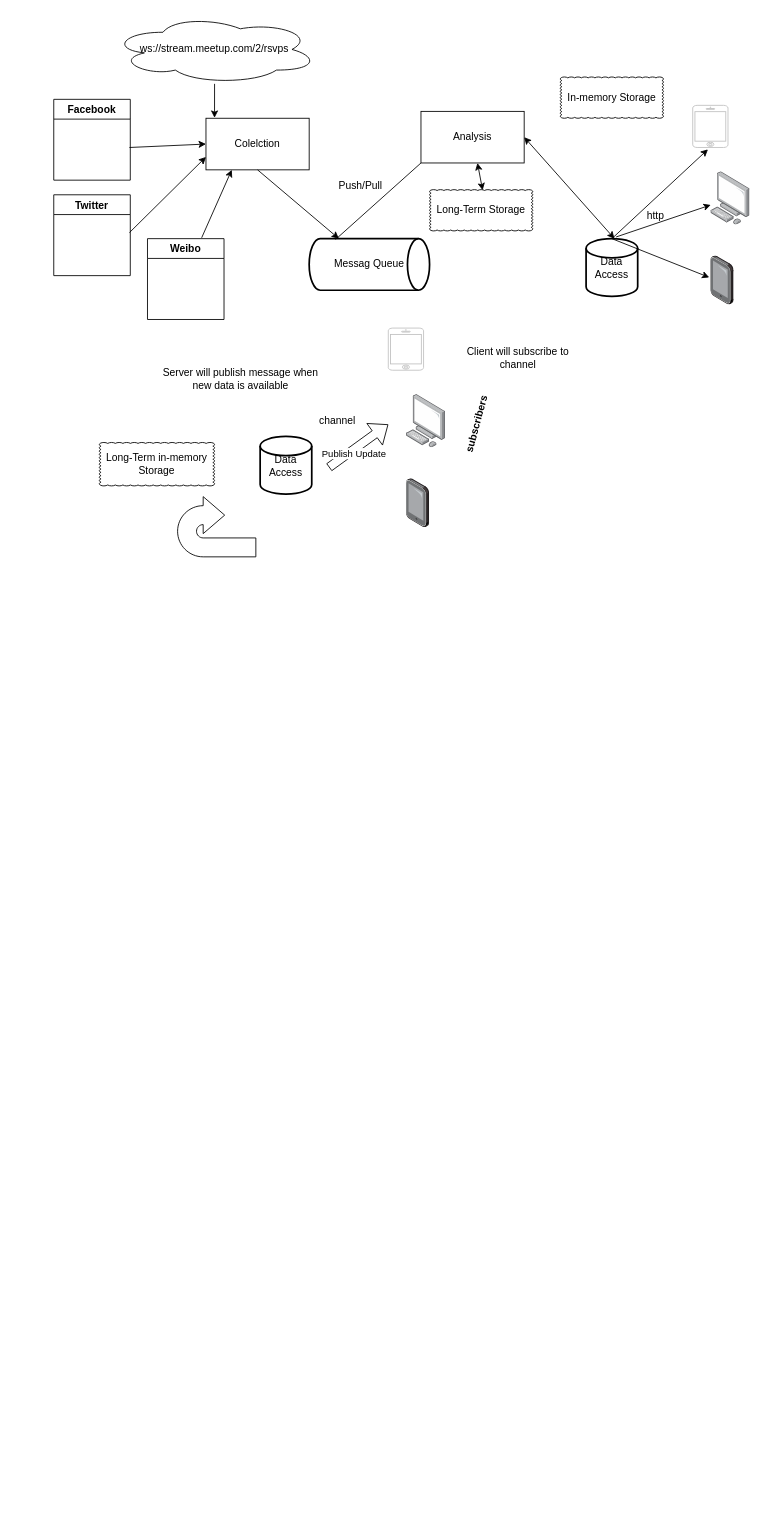
Before: Realtime-overview.drawio in tuankhoi2206/Draft-system-overview, a draw.io diagram. Source tidied: cells renumbered, new cells numbered last; positions are measured from the earlier drawing's top-left corner, leaving out a move shared by most shapes. Both pictures are drawn from the tidied source at 86%, with x=0, y=0 at pixel (53, 15).
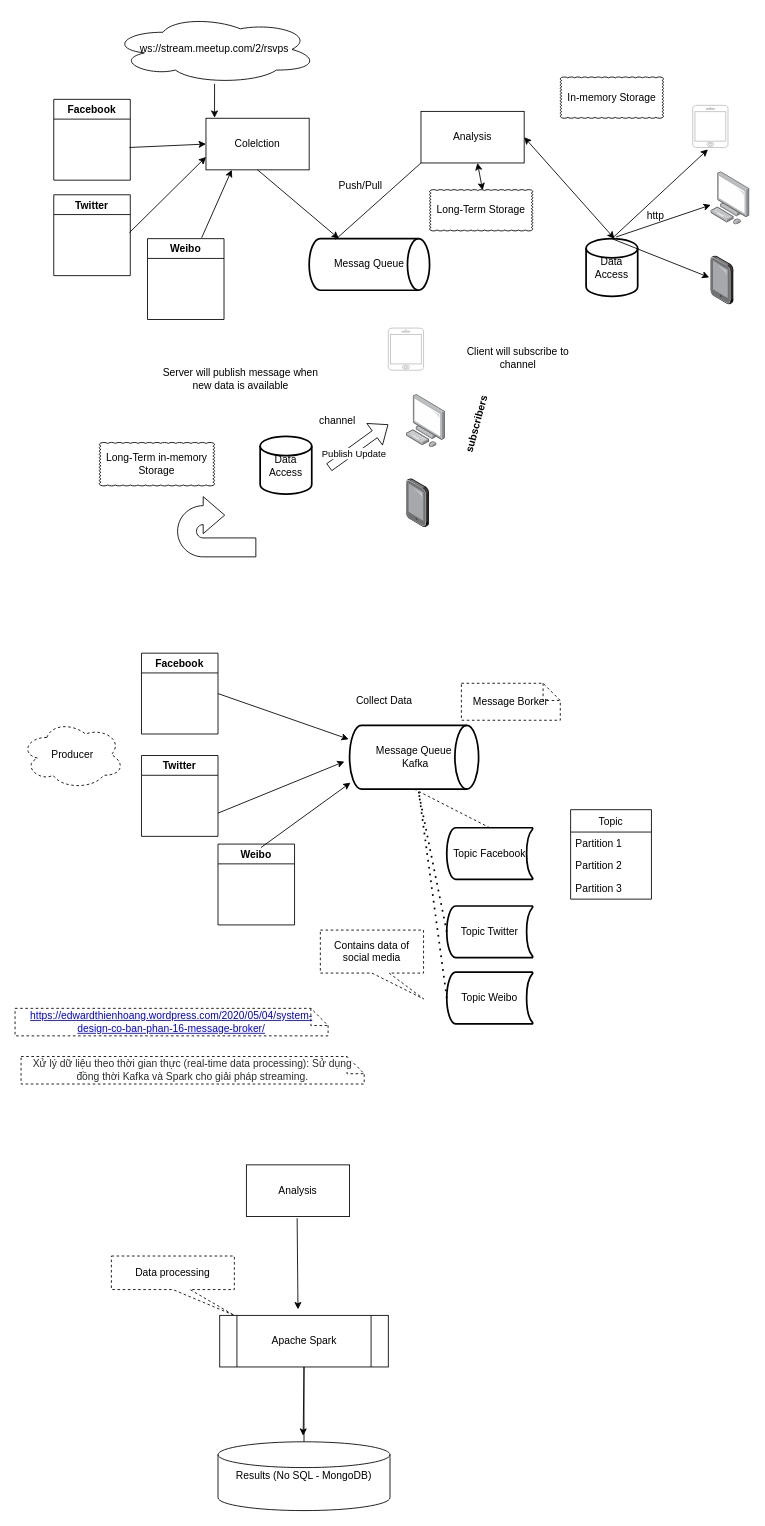
The same diagram, later.

Diff of the diagram source:
```diff
@@
+    <mxCell id="40" value="Message Queue&lt;br&gt;&amp;nbsp;Kafka" style="strokeWidth=2;html=1;shape=mxgraph.flowchart.direct_data;whiteSpace=wrap;" parent="1" vertex="1">
+      <mxGeometry x="344" y="826" width="150" height="74" as="geometry" />
+    </mxCell>
+    <mxCell id="41" style="endArrow=classic;html=1;entryX=-0.007;entryY=0.217;entryDx=0;entryDy=0;exitX=1;exitY=0.5;exitDx=0;exitDy=0;entryPerimeter=0;" parent="1" edge="1" source="45" target="40">
+      <mxGeometry relative="1" as="geometry" />
+    </mxCell>
+    <mxCell id="42" value="Weibo" style="swimlane;" parent="1" vertex="1">
+      <mxGeometry x="191" y="964" width="89" height="94" as="geometry" />
+    </mxCell>
+    <mxCell id="43" style="endArrow=classic;html=1;" parent="1" edge="1">
+      <mxGeometry relative="1" as="geometry">
+        <mxPoint x="191" y="928" as="sourcePoint" />
+        <mxPoint x="338" y="868" as="targetPoint" />
+      </mxGeometry>
+    </mxCell>
+    <mxCell id="44" style="endArrow=classic;html=1;entryX=0.007;entryY=0.9;entryDx=0;entryDy=0;entryPerimeter=0;" parent="1" edge="1" target="40">
+      <mxGeometry relative="1" as="geometry">
+        <mxPoint x="241" y="968" as="sourcePoint" />
+      </mxGeometry>
+    </mxCell>
+    <mxCell id="45" value="Facebook" style="swimlane;" parent="1" vertex="1">
+      <mxGeometry x="102" y="742" width="89" height="94" as="geometry" />
+    </mxCell>
+    <mxCell id="46" value="Twitter" style="swimlane;" parent="1" vertex="1">
+      <mxGeometry x="102" y="861" width="89" height="94" as="geometry" />
+    </mxCell>
+    <mxCell id="47" value="Collect Data&lt;br&gt;" style="text;html=1;strokeColor=none;fillColor=none;align=center;verticalAlign=middle;whiteSpace=wrap;rounded=0;" parent="1" vertex="1">
+      <mxGeometry x="345.5" y="784" width="77" height="27" as="geometry" />
+    </mxCell>
+    <mxCell id="48" value="Topic Facebook" style="strokeWidth=2;html=1;shape=mxgraph.flowchart.stored_data;whiteSpace=wrap;" parent="1" vertex="1">
+      <mxGeometry x="457" y="945" width="100" height="60" as="geometry" />
+    </mxCell>
+    <mxCell id="49" style="endArrow=none;dashed=1;html=1;exitX=0.5;exitY=1;exitDx=0;exitDy=0;exitPerimeter=0;entryX=0.5;entryY=0;entryDx=0;entryDy=0;entryPerimeter=0;" parent="1" edge="1" source="40" target="48">
+      <mxGeometry relative="1" as="geometry" />
+    </mxCell>
+    <mxCell id="50" value="Topic Twitter" style="strokeWidth=2;html=1;shape=mxgraph.flowchart.stored_data;whiteSpace=wrap;" parent="1" vertex="1">
+      <mxGeometry x="457" y="1036" width="100" height="60" as="geometry" />
+    </mxCell>
+    <mxCell id="51" style="endArrow=none;dashed=1;html=1;dashPattern=1 3;strokeWidth=2;exitX=0;exitY=0.5;exitDx=0;exitDy=0;exitPerimeter=0;" parent="1" edge="1" source="50">
+      <mxGeometry relative="1" as="geometry">
+        <mxPoint x="424" y="903" as="targetPoint" />
+      </mxGeometry>
+    </mxCell>
+    <mxCell id="52" value="Topic Weibo&lt;br&gt;" style="strokeWidth=2;html=1;shape=mxgraph.flowchart.stored_data;whiteSpace=wrap;" parent="1" vertex="1">
+      <mxGeometry x="457" y="1113" width="100" height="60" as="geometry" />
+    </mxCell>
+    <mxCell id="53" style="endArrow=none;dashed=1;html=1;dashPattern=1 3;strokeWidth=2;exitX=0;exitY=0.5;exitDx=0;exitDy=0;exitPerimeter=0;" parent="1" edge="1" source="52">
+      <mxGeometry relative="1" as="geometry">
+        <mxPoint x="424" y="900" as="targetPoint" />
+      </mxGeometry>
+    </mxCell>
+    <mxCell id="54" value="Producer" style="ellipse;shape=cloud;whiteSpace=wrap;html=1;dashed=1;" parent="1" vertex="1">
+      <mxGeometry x="-38" y="820" width="120" height="80" as="geometry" />
+    </mxCell>
+    <mxCell id="55" value="Topic" style="swimlane;fontStyle=0;horizontal=1;startSize=26;fillColor=none;" parent="1" vertex="1">
+      <mxGeometry x="601" y="924" width="94" height="104" as="geometry" />
+    </mxCell>
+    <mxCell id="56" value="Partition 1" style="text;strokeColor=none;fillColor=none;align=left;verticalAlign=top;spacingLeft=4;spacingRight=4;overflow=hidden;" parent="55" vertex="1">
+      <mxGeometry y="26" width="94" height="26" as="geometry" />
+    </mxCell>
+    <mxCell id="57" value="Partition 2" style="text;strokeColor=none;fillColor=none;align=left;verticalAlign=top;spacingLeft=4;spacingRight=4;overflow=hidden;" parent="55" vertex="1">
+      <mxGeometry y="52" width="94" height="26" as="geometry" />
+    </mxCell>
+    <mxCell id="58" value="Partition 3" style="text;strokeColor=none;fillColor=none;align=left;verticalAlign=top;spacingLeft=4;spacingRight=4;overflow=hidden;" parent="55" vertex="1">
+      <mxGeometry y="78" width="94" height="26" as="geometry" />
+    </mxCell>
+    <mxCell id="59" value="Contains data of social media" style="shape=callout;whiteSpace=wrap;html=1;perimeter=calloutPerimeter;dashed=1;position2=1;" parent="1" vertex="1">
+      <mxGeometry x="310" y="1064" width="120" height="80" as="geometry" />
+    </mxCell>
+    <mxCell id="60" value="&lt;a href=&quot;https://edwardthienhoang.wordpress.com/2020/05/04/system-design-co-ban-phan-16-message-broker/&quot;&gt;https://edwardthienhoang.wordpress.com/2020/05/04/system-design-co-ban-phan-16-message-broker/&lt;/a&gt;" style="shape=note;size=20;whiteSpace=wrap;html=1;dashed=1;" parent="1" vertex="1">
+      <mxGeometry x="-45" y="1155" width="364" height="32" as="geometry" />
+    </mxCell>
+    <mxCell id="61" value="Message Borker" style="shape=note;size=20;whiteSpace=wrap;html=1;dashed=1;" parent="1" vertex="1">
+      <mxGeometry x="474" y="777" width="115" height="43" as="geometry" />
+    </mxCell>
+    <mxCell id="62" value="&lt;span style=&quot;color: rgb(41 , 43 , 44) ; font-family: &amp;#34;open sans&amp;#34; , , &amp;#34;blinkmacsystemfont&amp;#34; , &amp;#34;segoe ui&amp;#34; , &amp;#34;helvetica neue&amp;#34; , &amp;#34;arial&amp;#34; , sans-serif , &amp;#34;apple color emoji&amp;#34; , &amp;#34;segoe ui emoji&amp;#34; , &amp;#34;segoe ui symbol&amp;#34; ; text-align: left ; background-color: rgb(255 , 255 , 255)&quot;&gt;Xử lý dữ liệu theo thời gian thực (real-time data processing): Sử dụng đồng thời Kafka và Spark cho giải pháp streaming.&lt;/span&gt;" style="shape=note;size=20;whiteSpace=wrap;html=1;dashed=1;" parent="1" vertex="1">
+      <mxGeometry x="-38" y="1211" width="399" height="32" as="geometry" />
+    </mxCell>
+    <mxCell id="63" value="Apache Spark" style="shape=process;whiteSpace=wrap;html=1;backgroundOutline=1;" parent="1" vertex="1">
+      <mxGeometry x="193" y="1512" width="196" height="60" as="geometry" />
+    </mxCell>
+    <mxCell id="64" style="endArrow=classic;html=1;exitX=0.55;exitY=0.95;exitDx=0;exitDy=0;exitPerimeter=0;" parent="1" edge="1">
+      <mxGeometry relative="1" as="geometry">
+        <mxPoint x="283" y="1399" as="sourcePoint" />
+        <mxPoint x="284" y="1505" as="targetPoint" />
+      </mxGeometry>
+    </mxCell>
+    <mxCell id="65" value="Data processing" style="shape=callout;whiteSpace=wrap;html=1;perimeter=calloutPerimeter;dashed=1;position2=1;" parent="1" vertex="1">
+      <mxGeometry x="67" y="1443" width="143" height="69" as="geometry" />
+    </mxCell>
+    <mxCell id="66" style="endArrow=classic;html=1;exitX=0.5;exitY=1;exitDx=0;exitDy=0;" parent="1" edge="1" source="63">
+      <mxGeometry relative="1" as="geometry">
+        <mxPoint x="290" y="1652" as="targetPoint" />
+      </mxGeometry>
+    </mxCell>
+    <mxCell id="67" style="edgeStyle=orthogonalEdgeStyle;rounded=0;jettySize=auto;html=1;endArrow=none;endFill=0;" parent="1" edge="1" source="68" target="63">
+      <mxGeometry relative="1" as="geometry" />
+    </mxCell>
+    <mxCell id="68" value="Results (No SQL - MongoDB)" style="shape=cylinder2;whiteSpace=wrap;html=1;boundedLbl=1;backgroundOutline=1;size=15;" parent="1" vertex="1">
+      <mxGeometry x="191" y="1659" width="200" height="80" as="geometry" />
+    </mxCell>
+    <mxCell id="69" value="&lt;span&gt;Analysis&lt;/span&gt;" style="rounded=0;whiteSpace=wrap;html=1;" parent="1" vertex="1">
+      <mxGeometry x="224" y="1337" width="120" height="60" as="geometry" />
+    </mxCell>
```
